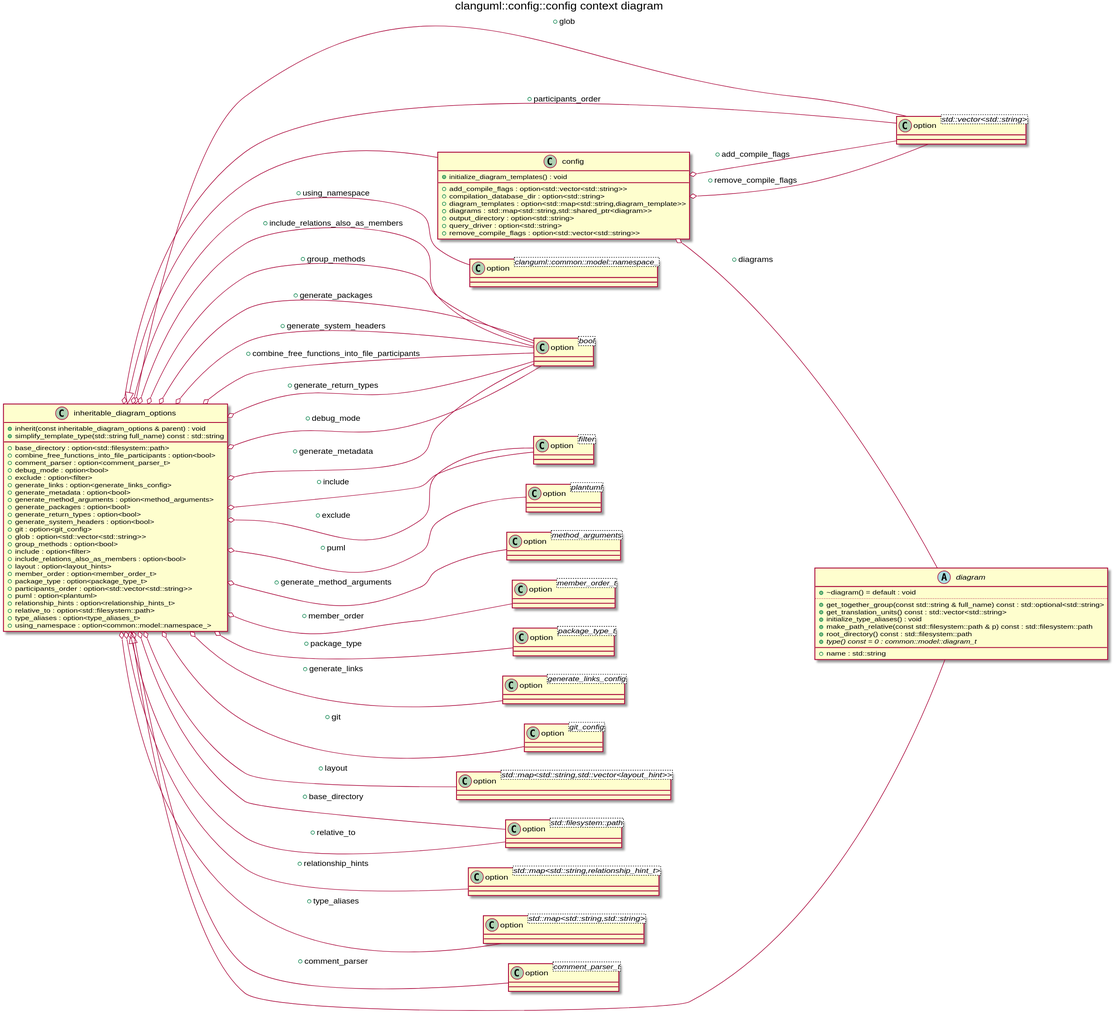
Earlier version of the PlantUML export inheritable_diagram_options_context_class.svg (clang-uml/clang-uml.github.io).
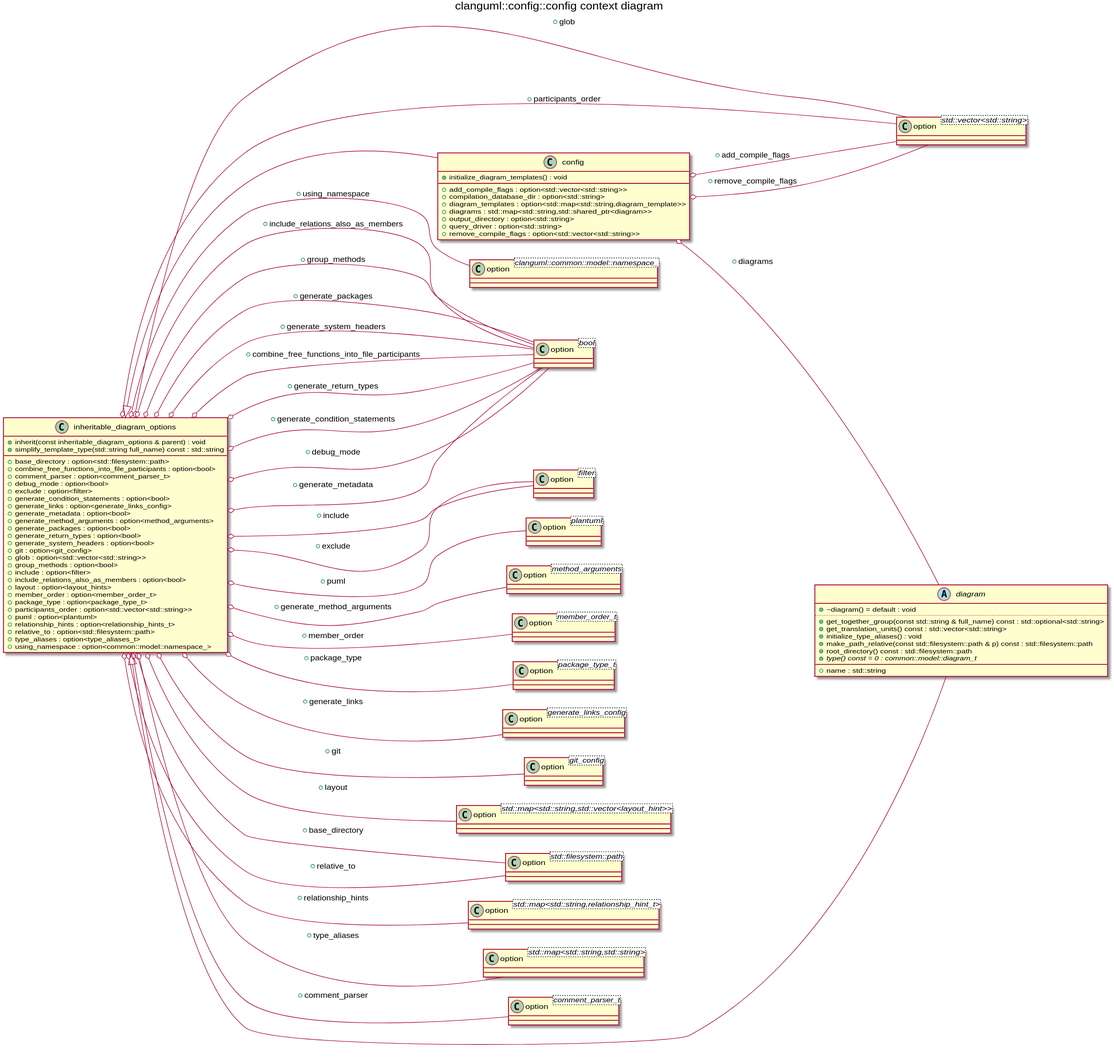
After the change.

Diff of the diagram source:
```diff
@@ -71,6 +71,7 @@
 +comment_parser : option<comment_parser_t> [[[{comment_parser}]]]
 +debug_mode : option<bool> [[[{debug_mode}]]]
 +exclude : option<filter> [[[{exclude}]]]
++generate_condition_statements : option<bool> [[[{generate_condition_statements}]]]
 +generate_links : option<generate_links_config> [[[{generate_links}]]]
 +generate_metadata : option<bool> [[[{generate_metadata}]]]
 +generate_method_arguments : option<method_arguments> [[[{generate_method_arguments}]]]
@@ -139,6 +140,7 @@
 C_0000120779063265662583 o-- C_0001220901603970765477 : +comment_parser
 C_0000120779063265662583 o-- C_0001611169097156092953 : +combine_free_functions_into_file_participants
 C_0000120779063265662583 o-- C_0001611169097156092953 : +generate_return_types
+C_0000120779063265662583 o-- C_0001611169097156092953 : +generate_condition_statements
 C_0000120779063265662583 o-- C_0000911716653182875977 : +participants_order
 C_0000120779063265662583 o-- C_0001611169097156092953 : +debug_mode
 C_0000120779063265662583 o-- C_0001611169097156092953 : +generate_metadata
```
